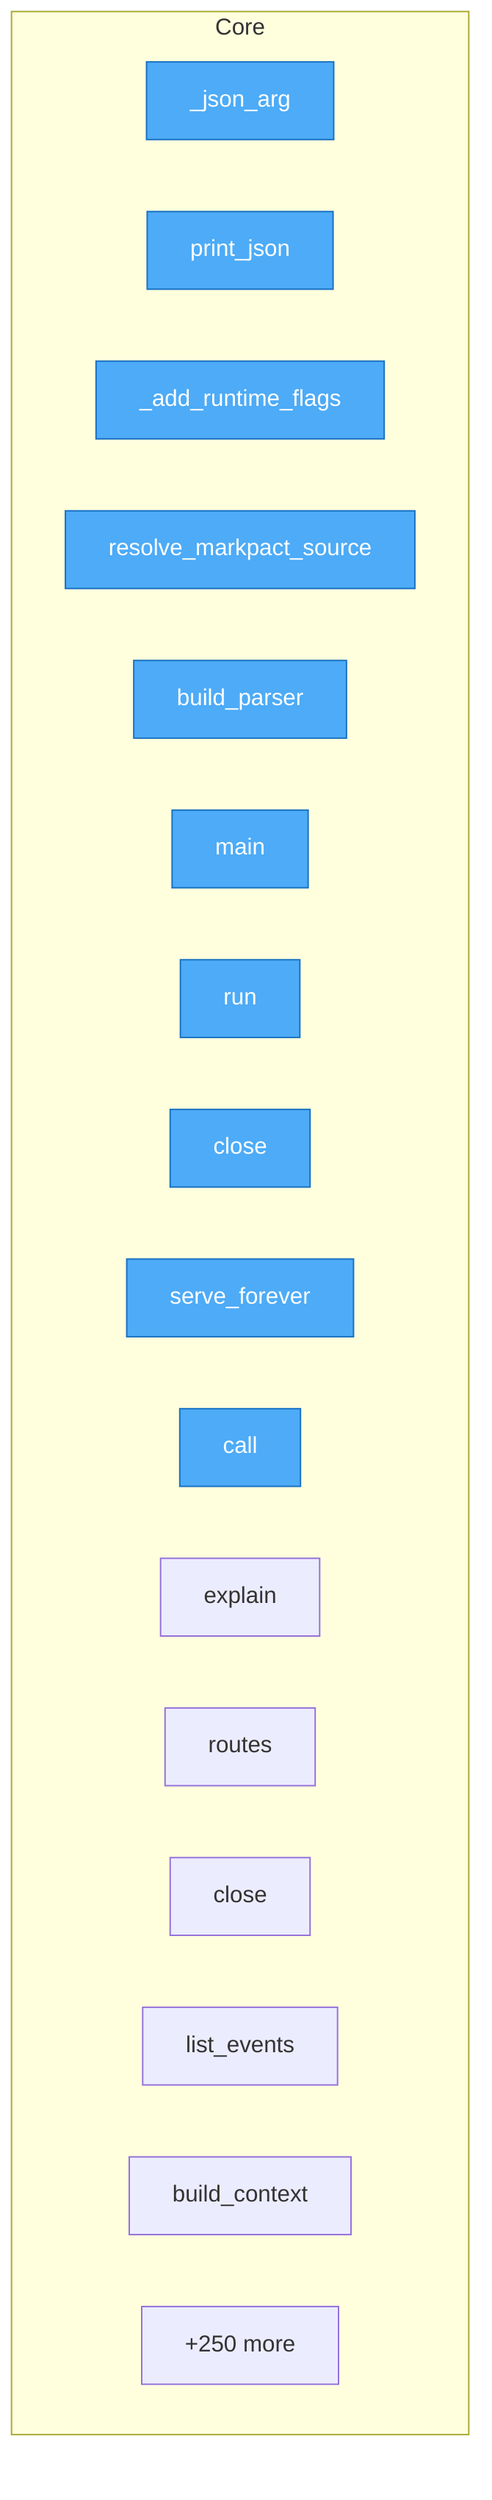
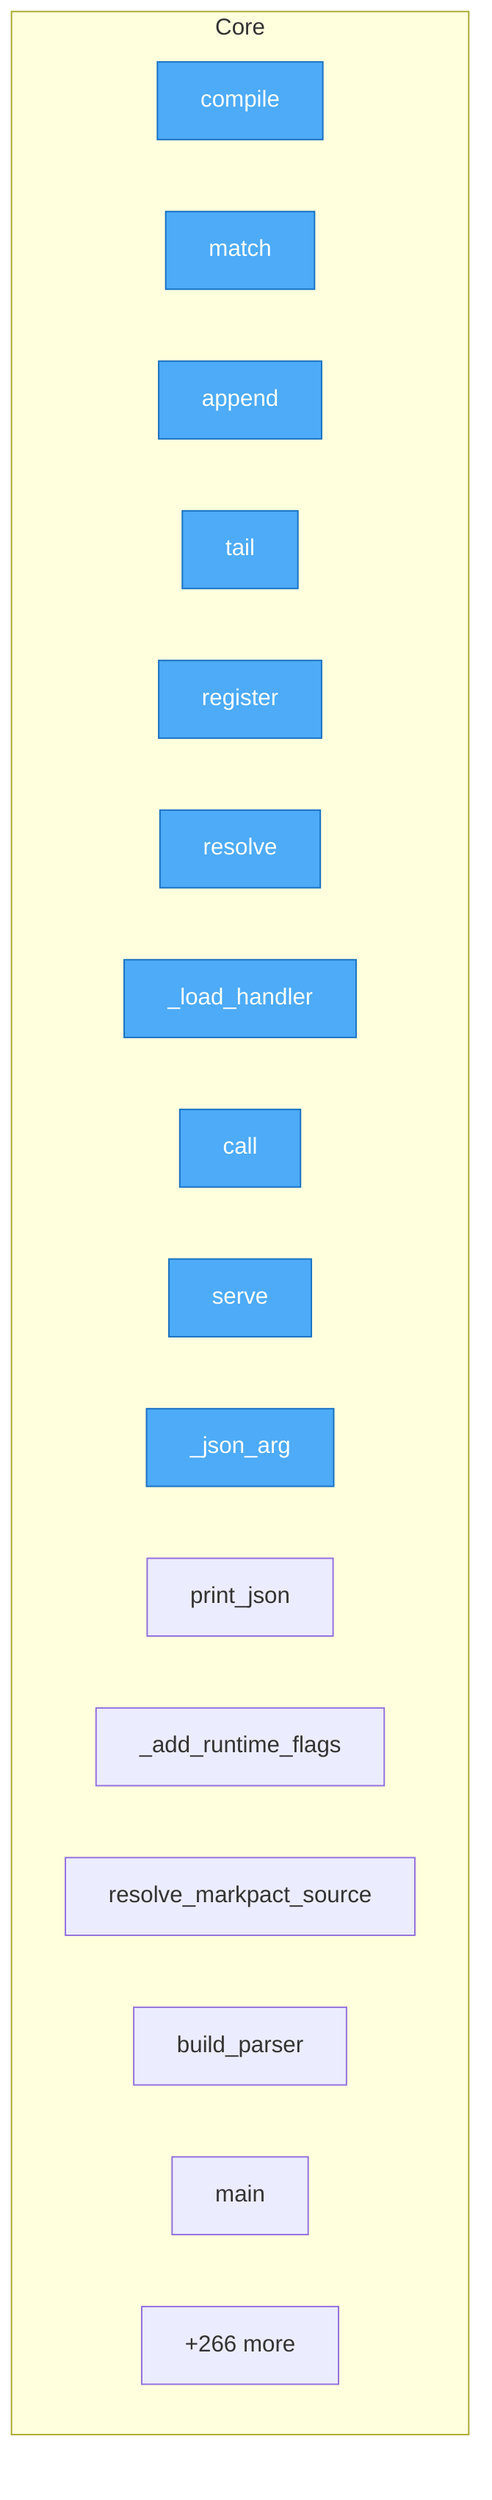
flowchart TD
- %% generated in 0.01s
+ %% generated in 0.02s

    %% Entry points (blue)
    classDef entry fill:#4dabf7,stroke:#1971c2,color:#fff

    subgraph Core
+         packages__python__urisysedge__runtime__Route__compile["compile"]
+         packages__python__urisysedge__runtime__Route__match["match"]
+         packages__python__urisysedge__runtime__JsonlEventStore__append["append"]
+         packages__python__urisysedge__runtime__JsonlEventStore__tail["tail"]
+         packages__python__urisysedge__runtime__Runtime__register["register"]
+         packages__python__urisysedge__runtime__Runtime__resolve["resolve"]
+         packages__python__urisysedge__runtime__Runtime___load_handler["_load_handler"]
+         packages__python__urisysedge__runtime__Runtime__call["call"]
+         packages__python__urisysedge__runtime__serve["serve"]
        src__urisys__cli___json_arg["_json_arg"]
        src__urisys__cli__print_json["print_json"]
        src__urisys__cli___add_runtime_flags["_add_runtime_flags"]
        src__urisys__cli__resolve_markpact_source["resolve_markpact_source"]
        src__urisys__cli__build_parser["build_parser"]
        src__urisys__cli__main["main"]
-         src__urisys__controllers__flow_controller__FlowController__run["run"]
-         src__urisys__controllers__flow_controller__FlowController__close["close"]
-         src__urisys__controllers__server_controller__ServerController__serve_forever["serve_forever"]
-         src__urisys__controllers__uri_controller__UriController__call["call"]
-         src__urisys__controllers__uri_controller__UriController__explain["explain"]
-         src__urisys__controllers__uri_controller__UriController__routes["routes"]
-         src__urisys__controllers__uri_controller__UriController__close["close"]
-         src__urisys__managers__event_manager__EventManager__list_events["list_events"]
-         src__urisys__managers__policy_manager__PolicyManager__build_context["build_context"]
-         ...["+250 more"]
+         ...["+266 more"]
    end

-     class src__urisys__cli___json_arg,src__urisys__cli__print_json,src__urisys__cli___add_runtime_flags,src__urisys__cli__resolve_markpact_source,src__urisys__cli__build_parser,src__urisys__cli__main,src__urisys__controllers__flow_controller__FlowController__run,src__urisys__controllers__flow_controller__FlowController__close,src__urisys__controllers__server_controller__ServerController__serve_forever,src__urisys__controllers__uri_controller__UriController__call entry
+     class packages__python__urisysedge__runtime__Route__compile,packages__python__urisysedge__runtime__Route__match,packages__python__urisysedge__runtime__JsonlEventStore__append,packages__python__urisysedge__runtime__JsonlEventStore__tail,packages__python__urisysedge__runtime__Runtime__register,packages__python__urisysedge__runtime__Runtime__resolve,packages__python__urisysedge__runtime__Runtime___load_handler,packages__python__urisysedge__runtime__Runtime__call,packages__python__urisysedge__runtime__serve,src__urisys__cli___json_arg entry
